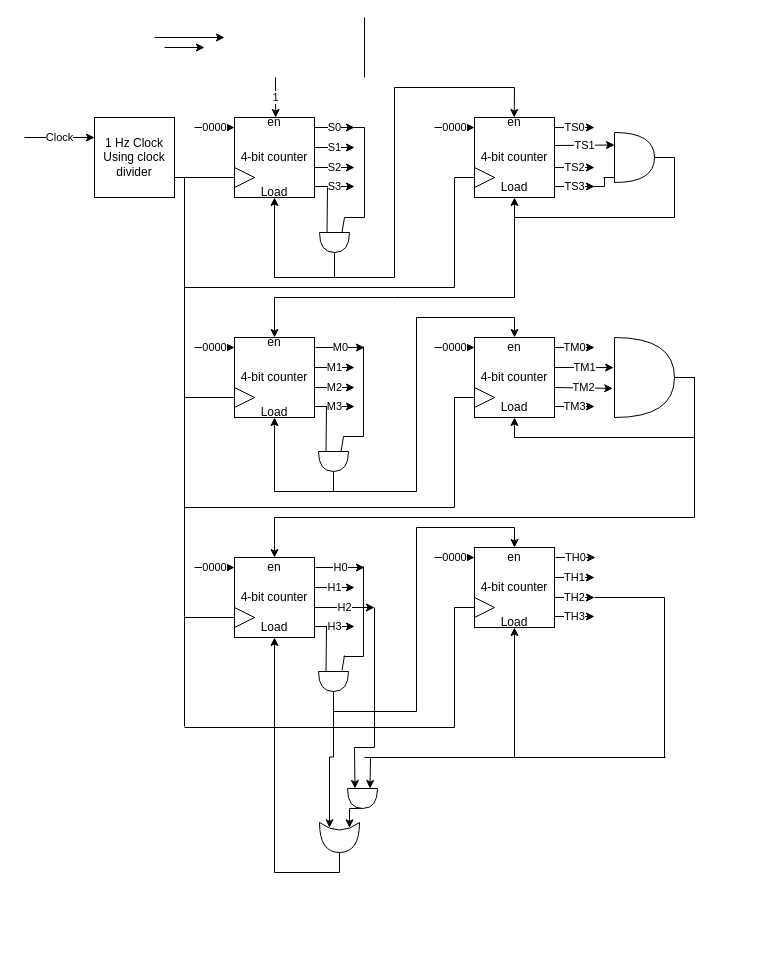
The draw.io diagram Block Diagram.drawio in MagdElDinAhmed/DD1-Project2, before the edit. Source tidied: cells renumbered, new cells numbered last; positions are measured from the earlier drawing's top-left corner, leaving out a move shared by most shapes. Both pictures are drawn from the tidied source at 100%, with x=0, y=0 at pixel (24, 17).
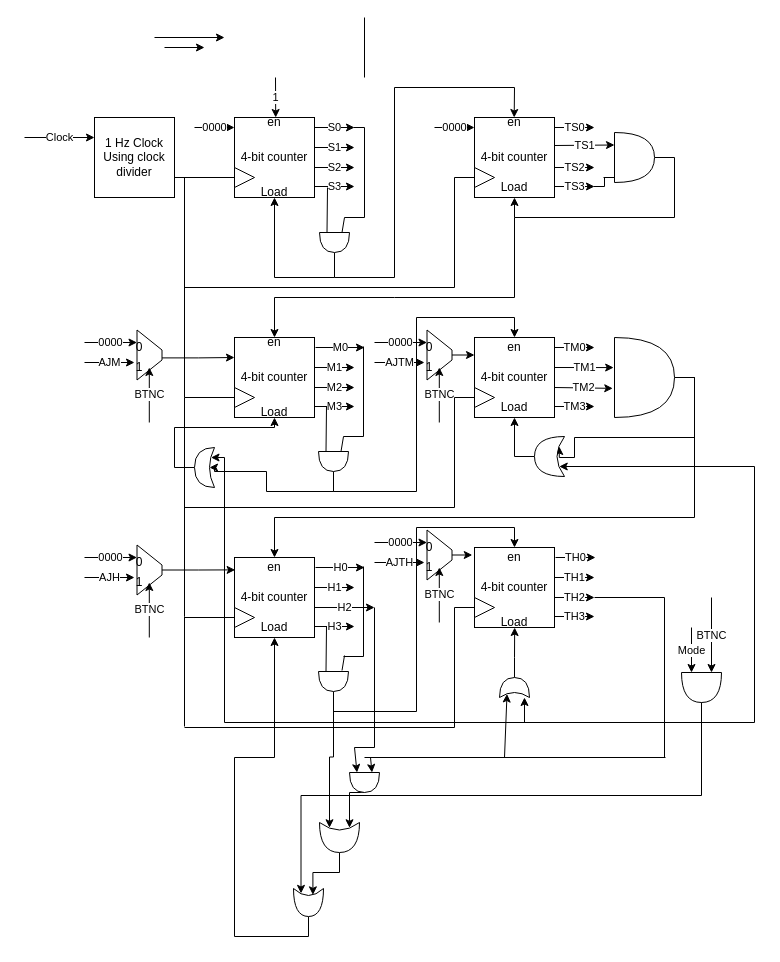
Above is the later version.

Commit message:
Made Clock Adjustable.drawio

The change refers to these unchanged cells:
```xml
<mxCell id="10" value="4-bit counter" style="whiteSpace=wrap;html=1;" parent="1" vertex="1">
  <mxGeometry x="210" y="320" width="80" height="80" as="geometry" />
</mxCell>
<mxCell id="11" value="Load" style="text;html=1;strokeColor=none;fillColor=none;align=center;verticalAlign=middle;whiteSpace=wrap;rounded=0;" parent="1" vertex="1">
  <mxGeometry x="220" y="380" width="60" height="30" as="geometry" />
</mxCell>
<mxCell id="20" value="4-bit counter" style="whiteSpace=wrap;html=1;" parent="1" vertex="1">
  <mxGeometry x="450" y="320" width="80" height="80" as="geometry" />
</mxCell>
<mxCell id="21" value="Load" style="text;html=1;strokeColor=none;fillColor=none;align=center;verticalAlign=middle;whiteSpace=wrap;rounded=0;" parent="1" vertex="1">
  <mxGeometry x="460" y="380" width="60" height="20" as="geometry" />
</mxCell>
<mxCell id="25" value="4-bit counter" style="whiteSpace=wrap;html=1;" parent="1" vertex="1">
  <mxGeometry x="450" y="530" width="80" height="80" as="geometry" />
</mxCell>
<mxCell id="26" value="Load" style="text;html=1;strokeColor=none;fillColor=none;align=center;verticalAlign=middle;whiteSpace=wrap;rounded=0;" parent="1" vertex="1">
  <mxGeometry x="460" y="590" width="60" height="30" as="geometry" />
</mxCell>
<mxCell id="30" value="4-bit counter" style="whiteSpace=wrap;html=1;" parent="1" vertex="1">
  <mxGeometry x="210" y="540" width="80" height="80" as="geometry" />
</mxCell>
<mxCell id="31" value="Load" style="text;html=1;strokeColor=none;fillColor=none;align=center;verticalAlign=middle;whiteSpace=wrap;rounded=0;" parent="1" vertex="1">
  <mxGeometry x="220" y="600" width="60" height="20" as="geometry" />
</mxCell>
<mxCell id="86" style="shape=or;whiteSpace=wrap;html=1;rotation=90;" parent="1" vertex="1">
  <mxGeometry x="299" y="429" width="20" height="30" as="geometry" />
</mxCell>
<mxCell id="90" style="shape=or;whiteSpace=wrap;html=1;" parent="1" vertex="1">
  <mxGeometry x="590" y="320" width="60" height="80" as="geometry" />
</mxCell>
<mxCell id="99" style="shape=xor;whiteSpace=wrap;html=1;rotation=90;" parent="1" vertex="1">
  <mxGeometry x="300" y="800" width="30" height="40" as="geometry" />
</mxCell>
```

The edit, as a diff of the source:
```diff
@@
-    <mxCell id="13" value="0000" style="endArrow=classic;html=1;rounded=0;" parent="1" edge="1">
+    <mxCell id="13" value="0000" style="endArrow=classic;html=1;rounded=0;entryX=0.25;entryY=1;entryDx=0;entryDy=0;" parent="1" edge="1" target="128">
       <mxGeometry relative="1" as="geometry">
-        <mxPoint x="170" y="330" as="sourcePoint" />
-        <mxPoint x="210" y="330" as="targetPoint" />
+        <mxPoint x="60" y="325" as="sourcePoint" />
       </mxGeometry>
     </mxCell>
@@
-    <mxCell id="23" value="0000" style="endArrow=classic;html=1;rounded=0;" parent="1" edge="1">
-      <mxGeometry relative="1" as="geometry">
-        <mxPoint x="410" y="330" as="sourcePoint" />
-        <mxPoint x="450" y="330" as="targetPoint" />
-      </mxGeometry>
-    </mxCell>
@@
-    <mxCell id="28" value="0000" style="endArrow=classic;html=1;rounded=0;" parent="1" edge="1">
-      <mxGeometry relative="1" as="geometry">
-        <mxPoint x="410" y="540" as="sourcePoint" />
-        <mxPoint x="450" y="540" as="targetPoint" />
-      </mxGeometry>
-    </mxCell>
@@
-    <mxCell id="33" value="0000" style="endArrow=classic;html=1;rounded=0;" parent="1" edge="1">
-      <mxGeometry relative="1" as="geometry">
-        <mxPoint x="170" y="550" as="sourcePoint" />
-        <mxPoint x="210" y="550" as="targetPoint" />
-      </mxGeometry>
-    </mxCell>
@@
-    <mxCell id="84" style="edgeStyle=orthogonalEdgeStyle;rounded=0;jettySize=auto;html=1;exitX=1;exitY=0.5;exitDx=0;exitDy=0;exitPerimeter=0;entryX=0.5;entryY=0.667;entryDx=0;entryDy=0;entryPerimeter=0;" parent="1" edge="1" source="86" target="11">
-      <mxGeometry relative="1" as="geometry" />
+    <mxCell id="84" style="edgeStyle=orthogonalEdgeStyle;rounded=0;jettySize=auto;html=1;exitX=1;exitY=0.5;exitDx=0;exitDy=0;exitPerimeter=0;entryX=0.25;entryY=0.5;entryDx=0;entryDy=0;entryPerimeter=0;" parent="1" edge="1" source="86" target="133">
+      <mxGeometry relative="1" as="geometry">
+        <Array as="points">
+          <mxPoint x="309" y="474" />
+          <mxPoint x="242" y="474" />
+          <mxPoint x="242" y="454" />
+          <mxPoint x="190" y="454" />
+          <mxPoint x="190" y="450" />
+        </Array>
+      </mxGeometry>
     </mxCell>
@@
-    <mxCell id="88" style="edgeStyle=orthogonalEdgeStyle;rounded=0;jettySize=auto;html=1;exitX=1;exitY=0.5;exitDx=0;exitDy=0;exitPerimeter=0;entryX=0.5;entryY=1;entryDx=0;entryDy=0;" parent="1" edge="1" source="90" target="21">
-      <mxGeometry relative="1" as="geometry" />
+    <mxCell id="88" style="edgeStyle=orthogonalEdgeStyle;rounded=0;jettySize=auto;html=1;exitX=1;exitY=0.5;exitDx=0;exitDy=0;exitPerimeter=0;entryX=0.175;entryY=0.75;entryDx=0;entryDy=0;entryPerimeter=0;" parent="1" edge="1" source="90" target="146">
+      <mxGeometry relative="1" as="geometry">
+        <Array as="points">
+          <mxPoint x="670" y="360" />
+          <mxPoint x="670" y="420" />
+          <mxPoint x="550" y="420" />
+          <mxPoint x="550" y="440" />
+          <mxPoint x="535" y="440" />
+        </Array>
+      </mxGeometry>
     </mxCell>
@@
-    <mxCell id="98" style="edgeStyle=orthogonalEdgeStyle;rounded=0;jettySize=auto;html=1;exitX=1;exitY=0.5;exitDx=0;exitDy=0;exitPerimeter=0;entryX=0.5;entryY=1;entryDx=0;entryDy=0;" parent="1" edge="1" source="99" target="31">
+    <mxCell id="98" style="edgeStyle=orthogonalEdgeStyle;rounded=0;jettySize=auto;html=1;exitX=1;exitY=0.5;exitDx=0;exitDy=0;exitPerimeter=0;entryX=0.227;entryY=0.353;entryDx=0;entryDy=0;entryPerimeter=0;" parent="1" edge="1" source="99" target="135">
       <mxGeometry relative="1" as="geometry" />
     </mxCell>
@@
     <mxCell id="108" style="shape=or;whiteSpace=wrap;html=1;rotation=90;" parent="1" vertex="1">
-      <mxGeometry x="328" y="766" width="20" height="30" as="geometry" />
+      <mxGeometry x="330" y="750" width="20" height="30" as="geometry" />
     </mxCell>
-    <mxCell id="109" style="endArrow=classic;html=1;rounded=0;" parent="1" edge="1">
+    <mxCell id="109" style="endArrow=classic;html=1;rounded=0;entryX=0.175;entryY=0.25;entryDx=0;entryDy=0;entryPerimeter=0;" parent="1" edge="1" target="144">
       <mxGeometry relative="1" as="geometry">
-        <mxPoint x="490" y="740" as="sourcePoint" />
-        <mxPoint x="490" y="610" as="targetPoint" />
+        <mxPoint x="480" y="740" as="sourcePoint" />
       </mxGeometry>
     </mxCell>
@@
+    <mxCell id="126" value="AJM" style="endArrow=classic;html=1;rounded=0;entryX=0.65;entryY=1.1;entryDx=0;entryDy=0;entryPerimeter=0;" parent="1" edge="1" target="128">
+      <mxGeometry relative="1" as="geometry">
+        <mxPoint x="60" y="345" as="sourcePoint" />
+      </mxGeometry>
+    </mxCell>
+    <mxCell id="127" style="edgeStyle=orthogonalEdgeStyle;rounded=0;jettySize=auto;html=1;exitX=0.558;exitY=0.004;exitDx=0;exitDy=0;entryX=0;entryY=0.25;entryDx=0;entryDy=0;exitPerimeter=0;" parent="1" edge="1" source="128" target="10">
+      <mxGeometry relative="1" as="geometry" />
+    </mxCell>
+    <mxCell id="128" style="shape=trapezoid;perimeter=trapezoidPerimeter;whiteSpace=wrap;html=1;fixedSize=1;rotation=90;" parent="1" vertex="1">
+      <mxGeometry x="100" y="325" width="50" height="25" as="geometry" />
+    </mxCell>
+    <mxCell id="129" value="BTNC" style="endArrow=classic;html=1;rounded=0;" parent="1" edge="1">
+      <mxGeometry relative="1" as="geometry">
+        <mxPoint x="124.8" y="405" as="sourcePoint" />
+        <mxPoint x="124.8" y="350" as="targetPoint" />
+      </mxGeometry>
+    </mxCell>
+    <mxCell id="130" value="0" style="text;html=1;strokeColor=none;fillColor=none;align=center;verticalAlign=middle;whiteSpace=wrap;rounded=0;" parent="1" vertex="1">
+      <mxGeometry x="110" y="325" width="10" height="10" as="geometry" />
+    </mxCell>
+    <mxCell id="131" value="1" style="text;html=1;strokeColor=none;fillColor=none;align=center;verticalAlign=middle;whiteSpace=wrap;rounded=0;" parent="1" vertex="1">
+      <mxGeometry x="110" y="345" width="10" height="10" as="geometry" />
+    </mxCell>
+    <mxCell id="132" style="edgeStyle=orthogonalEdgeStyle;rounded=0;jettySize=auto;html=1;exitX=1;exitY=0.5;exitDx=0;exitDy=0;exitPerimeter=0;entryX=0.5;entryY=0.667;entryDx=0;entryDy=0;entryPerimeter=0;" parent="1" edge="1" source="133" target="11">
+      <mxGeometry relative="1" as="geometry">
+        <Array as="points">
+          <mxPoint x="150" y="450" />
+          <mxPoint x="150" y="410" />
+          <mxPoint x="250" y="410" />
+        </Array>
+      </mxGeometry>
+    </mxCell>
+    <mxCell id="133" style="shape=xor;whiteSpace=wrap;html=1;rotation=-180;" parent="1" vertex="1">
+      <mxGeometry x="170" y="430" width="20" height="40" as="geometry" />
+    </mxCell>
+    <mxCell id="134" style="edgeStyle=orthogonalEdgeStyle;rounded=0;jettySize=auto;html=1;exitX=1;exitY=0.5;exitDx=0;exitDy=0;exitPerimeter=0;fontSize=10;entryX=0.5;entryY=1;entryDx=0;entryDy=0;" parent="1" edge="1" source="135" target="31">
+      <mxGeometry relative="1" as="geometry">
+        <Array as="points">
+          <mxPoint x="284" y="919" />
+          <mxPoint x="210" y="919" />
+          <mxPoint x="210" y="740" />
+          <mxPoint x="250" y="740" />
+        </Array>
+      </mxGeometry>
+    </mxCell>
+    <mxCell id="135" style="shape=xor;whiteSpace=wrap;html=1;fontSize=10;rotation=90;" parent="1" vertex="1">
+      <mxGeometry x="270" y="870" width="28" height="30" as="geometry" />
+    </mxCell>
+    <mxCell id="136" style="edgeStyle=orthogonalEdgeStyle;rounded=0;jettySize=auto;html=1;exitX=1;exitY=0.5;exitDx=0;exitDy=0;exitPerimeter=0;entryX=0;entryY=0.833;entryDx=0;entryDy=0;entryPerimeter=0;fontSize=10;" parent="1" edge="1" source="140" target="144">
+      <mxGeometry relative="1" as="geometry" />
+    </mxCell>
+    <mxCell id="137" style="edgeStyle=orthogonalEdgeStyle;rounded=0;jettySize=auto;html=1;exitX=1;exitY=0.5;exitDx=0;exitDy=0;exitPerimeter=0;fontSize=10;entryX=0.175;entryY=0.75;entryDx=0;entryDy=0;entryPerimeter=0;" parent="1" edge="1" source="140" target="133">
+      <mxGeometry relative="1" as="geometry">
+        <Array as="points">
+          <mxPoint x="677" y="705" />
+          <mxPoint x="200" y="705" />
+          <mxPoint x="200" y="440" />
+        </Array>
+      </mxGeometry>
+    </mxCell>
+    <mxCell id="138" style="edgeStyle=orthogonalEdgeStyle;rounded=0;jettySize=auto;html=1;exitX=1;exitY=0.5;exitDx=0;exitDy=0;exitPerimeter=0;entryX=0.175;entryY=0.75;entryDx=0;entryDy=0;entryPerimeter=0;fontSize=10;" parent="1" edge="1" source="140" target="135">
+      <mxGeometry relative="1" as="geometry" />
+    </mxCell>
+    <mxCell id="139" style="edgeStyle=orthogonalEdgeStyle;rounded=0;jettySize=auto;html=1;exitX=1;exitY=0.5;exitDx=0;exitDy=0;exitPerimeter=0;entryX=0.175;entryY=0.25;entryDx=0;entryDy=0;entryPerimeter=0;fontSize=10;" parent="1" edge="1" source="140" target="146">
+      <mxGeometry relative="1" as="geometry">
+        <Array as="points">
+          <mxPoint x="677" y="705" />
+          <mxPoint x="730" y="705" />
+          <mxPoint x="730" y="449" />
+        </Array>
+      </mxGeometry>
+    </mxCell>
+    <mxCell id="140" style="shape=or;whiteSpace=wrap;html=1;rotation=90;" parent="1" vertex="1">
+      <mxGeometry x="662" y="650" width="30" height="40" as="geometry" />
+    </mxCell>
+    <mxCell id="141" value="BTNC" style="endArrow=classic;html=1;rounded=0;entryX=0;entryY=0.25;entryDx=0;entryDy=0;entryPerimeter=0;" parent="1" edge="1" target="140">
+      <mxGeometry relative="1" as="geometry">
+        <mxPoint x="687" y="580" as="sourcePoint" />
+      </mxGeometry>
+    </mxCell>
+    <mxCell id="142" value="Mode" style="endArrow=classic;html=1;rounded=0;entryX=0;entryY=0.75;entryDx=0;entryDy=0;entryPerimeter=0;" parent="1" edge="1" target="140">
+      <mxGeometry relative="1" as="geometry">
+        <mxPoint x="667" y="610" as="sourcePoint" />
+      </mxGeometry>
+    </mxCell>
+    <mxCell id="143" style="edgeStyle=orthogonalEdgeStyle;rounded=0;jettySize=auto;html=1;exitX=1;exitY=0.5;exitDx=0;exitDy=0;exitPerimeter=0;entryX=0.503;entryY=0.667;entryDx=0;entryDy=0;entryPerimeter=0;fontSize=10;" parent="1" edge="1" source="144" target="26">
+      <mxGeometry relative="1" as="geometry" />
+    </mxCell>
+    <mxCell id="144" style="shape=xor;whiteSpace=wrap;html=1;fontSize=10;rotation=-90;" parent="1" vertex="1">
+      <mxGeometry x="480" y="655" width="20" height="30" as="geometry" />
+    </mxCell>
+    <mxCell id="145" style="edgeStyle=orthogonalEdgeStyle;rounded=0;jettySize=auto;html=1;exitX=1;exitY=0.5;exitDx=0;exitDy=0;exitPerimeter=0;entryX=0.5;entryY=1;entryDx=0;entryDy=0;fontSize=10;" parent="1" edge="1" source="146" target="21">
+      <mxGeometry relative="1" as="geometry" />
+    </mxCell>
+    <mxCell id="146" style="shape=xor;whiteSpace=wrap;html=1;fontSize=10;rotation=-180;" parent="1" vertex="1">
+      <mxGeometry x="510" y="419" width="30" height="40" as="geometry" />
+    </mxCell>
+    <mxCell id="147" value="0000" style="endArrow=classic;html=1;rounded=0;entryX=0.25;entryY=1;entryDx=0;entryDy=0;" parent="1" edge="1" target="150">
+      <mxGeometry relative="1" as="geometry">
+        <mxPoint x="350" y="325" as="sourcePoint" />
+      </mxGeometry>
+    </mxCell>
+    <mxCell id="148" value="AJTM" style="endArrow=classic;html=1;rounded=0;entryX=0.65;entryY=1.1;entryDx=0;entryDy=0;entryPerimeter=0;" parent="1" edge="1" target="150">
+      <mxGeometry relative="1" as="geometry">
+        <mxPoint x="350" y="345" as="sourcePoint" />
+      </mxGeometry>
+    </mxCell>
+    <mxCell id="149" style="edgeStyle=orthogonalEdgeStyle;rounded=0;jettySize=auto;html=1;exitX=0.5;exitY=0;exitDx=0;exitDy=0;entryX=0;entryY=0.22;entryDx=0;entryDy=0;entryPerimeter=0;fontSize=10;" parent="1" edge="1" source="150" target="20">
+      <mxGeometry relative="1" as="geometry" />
+    </mxCell>
+    <mxCell id="150" style="shape=trapezoid;perimeter=trapezoidPerimeter;whiteSpace=wrap;html=1;fixedSize=1;rotation=90;" parent="1" vertex="1">
+      <mxGeometry x="390" y="325" width="50" height="25" as="geometry" />
+    </mxCell>
+    <mxCell id="151" value="BTNC" style="endArrow=classic;html=1;rounded=0;" parent="1" edge="1">
+      <mxGeometry relative="1" as="geometry">
+        <mxPoint x="414.8" y="405" as="sourcePoint" />
+        <mxPoint x="414.8" y="350" as="targetPoint" />
+      </mxGeometry>
+    </mxCell>
+    <mxCell id="152" value="0" style="text;html=1;strokeColor=none;fillColor=none;align=center;verticalAlign=middle;whiteSpace=wrap;rounded=0;" parent="1" vertex="1">
+      <mxGeometry x="400" y="325" width="10" height="10" as="geometry" />
+    </mxCell>
+    <mxCell id="153" value="1" style="text;html=1;strokeColor=none;fillColor=none;align=center;verticalAlign=middle;whiteSpace=wrap;rounded=0;" parent="1" vertex="1">
+      <mxGeometry x="400" y="345" width="10" height="10" as="geometry" />
+    </mxCell>
+    <mxCell id="154" value="0000" style="endArrow=classic;html=1;rounded=0;entryX=0.25;entryY=1;entryDx=0;entryDy=0;" parent="1" edge="1" target="157">
+      <mxGeometry relative="1" as="geometry">
+        <mxPoint x="60" y="540" as="sourcePoint" />
+      </mxGeometry>
+    </mxCell>
+    <mxCell id="155" value="AJH" style="endArrow=classic;html=1;rounded=0;entryX=0.65;entryY=1.1;entryDx=0;entryDy=0;entryPerimeter=0;" parent="1" edge="1" target="157">
+      <mxGeometry relative="1" as="geometry">
+        <mxPoint x="60" y="560" as="sourcePoint" />
+      </mxGeometry>
+    </mxCell>
+    <mxCell id="156" style="edgeStyle=orthogonalEdgeStyle;rounded=0;jettySize=auto;html=1;exitX=0.5;exitY=0;exitDx=0;exitDy=0;entryX=0.008;entryY=0.155;entryDx=0;entryDy=0;entryPerimeter=0;fontSize=10;" parent="1" edge="1" source="157" target="30">
+      <mxGeometry relative="1" as="geometry" />
+    </mxCell>
+    <mxCell id="157" style="shape=trapezoid;perimeter=trapezoidPerimeter;whiteSpace=wrap;html=1;fixedSize=1;rotation=90;" parent="1" vertex="1">
+      <mxGeometry x="100" y="540" width="50" height="25" as="geometry" />
+    </mxCell>
+    <mxCell id="158" value="BTNC" style="endArrow=classic;html=1;rounded=0;" parent="1" edge="1">
+      <mxGeometry relative="1" as="geometry">
+        <mxPoint x="124.8" y="620" as="sourcePoint" />
+        <mxPoint x="124.8" y="565" as="targetPoint" />
+      </mxGeometry>
+    </mxCell>
+    <mxCell id="159" value="0" style="text;html=1;strokeColor=none;fillColor=none;align=center;verticalAlign=middle;whiteSpace=wrap;rounded=0;" parent="1" vertex="1">
+      <mxGeometry x="110" y="540" width="10" height="10" as="geometry" />
+    </mxCell>
+    <mxCell id="160" value="1" style="text;html=1;strokeColor=none;fillColor=none;align=center;verticalAlign=middle;whiteSpace=wrap;rounded=0;" parent="1" vertex="1">
+      <mxGeometry x="110" y="560" width="10" height="10" as="geometry" />
+    </mxCell>
+    <mxCell id="161" value="0000" style="endArrow=classic;html=1;rounded=0;entryX=0.25;entryY=1;entryDx=0;entryDy=0;" parent="1" edge="1" target="164">
+      <mxGeometry relative="1" as="geometry">
+        <mxPoint x="350" y="525" as="sourcePoint" />
+      </mxGeometry>
+    </mxCell>
+    <mxCell id="162" value="AJTH" style="endArrow=classic;html=1;rounded=0;entryX=0.65;entryY=1.1;entryDx=0;entryDy=0;entryPerimeter=0;" parent="1" edge="1" target="164">
+      <mxGeometry relative="1" as="geometry">
+        <mxPoint x="350" y="545" as="sourcePoint" />
+      </mxGeometry>
+    </mxCell>
+    <mxCell id="163" style="edgeStyle=orthogonalEdgeStyle;rounded=0;jettySize=auto;html=1;exitX=0.5;exitY=0;exitDx=0;exitDy=0;entryX=-0.027;entryY=0.105;entryDx=0;entryDy=0;entryPerimeter=0;fontSize=10;" parent="1" edge="1" source="164" target="25">
+      <mxGeometry relative="1" as="geometry" />
+    </mxCell>
+    <mxCell id="164" style="shape=trapezoid;perimeter=trapezoidPerimeter;whiteSpace=wrap;html=1;fixedSize=1;rotation=90;" parent="1" vertex="1">
+      <mxGeometry x="390" y="525" width="50" height="25" as="geometry" />
+    </mxCell>
+    <mxCell id="165" value="BTNC" style="endArrow=classic;html=1;rounded=0;" parent="1" edge="1">
+      <mxGeometry relative="1" as="geometry">
+        <mxPoint x="414.8" y="605" as="sourcePoint" />
+        <mxPoint x="414.8" y="550" as="targetPoint" />
+      </mxGeometry>
+    </mxCell>
+    <mxCell id="166" value="0" style="text;html=1;strokeColor=none;fillColor=none;align=center;verticalAlign=middle;whiteSpace=wrap;rounded=0;" parent="1" vertex="1">
+      <mxGeometry x="400" y="525" width="10" height="10" as="geometry" />
+    </mxCell>
+    <mxCell id="167" value="1" style="text;html=1;strokeColor=none;fillColor=none;align=center;verticalAlign=middle;whiteSpace=wrap;rounded=0;" parent="1" vertex="1">
+      <mxGeometry x="400" y="545" width="10" height="10" as="geometry" />
+    </mxCell>
```
